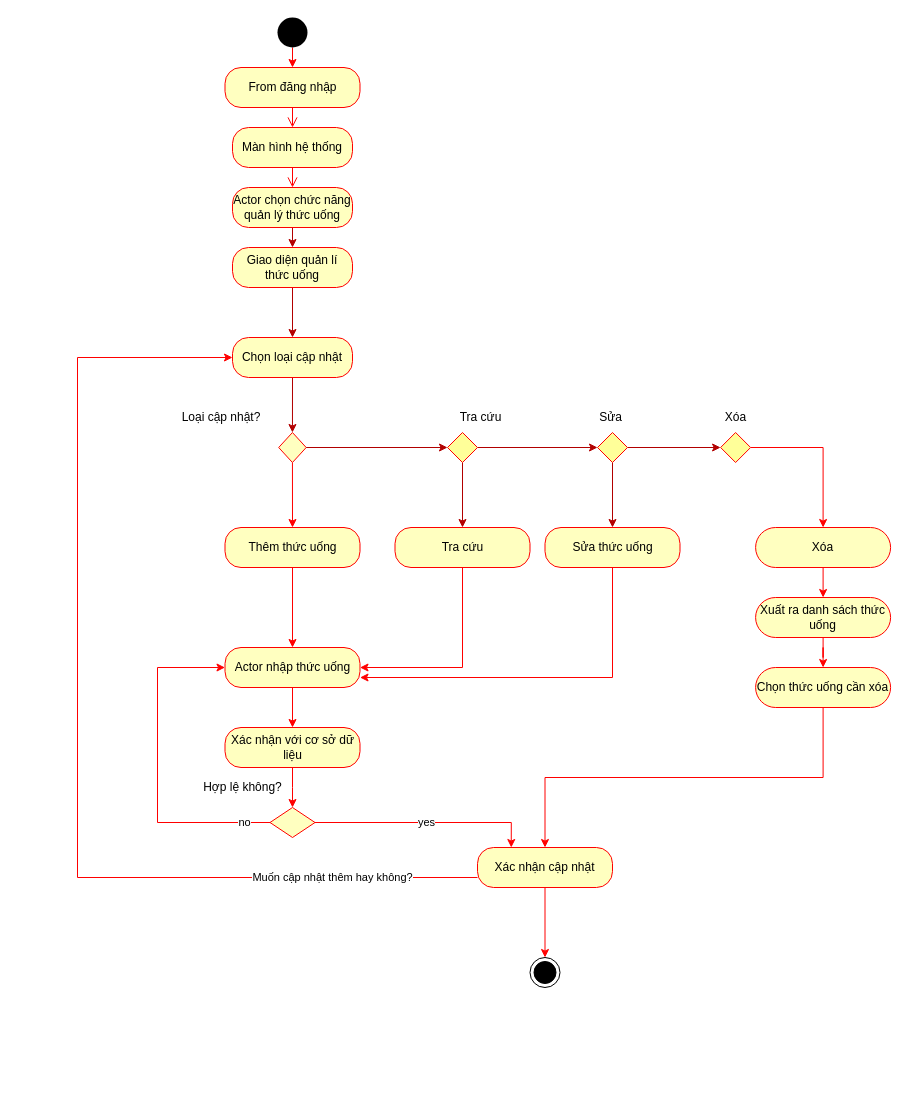
TruongNguyenYenNhi/PTTK-QL-b-n-h-ng keeps this draw.io diagram as Draw.io/activity/activity-quản lý thức uống.drawio. Above is the earlier version. Source tidied: cells renumbered, new cells numbered last; positions are measured from the earlier drawing's top-left corner, leaving out a move shared by most shapes. Both pictures are drawn from the tidied source at 100%, with x=0, y=0 at pixel (77, 17).
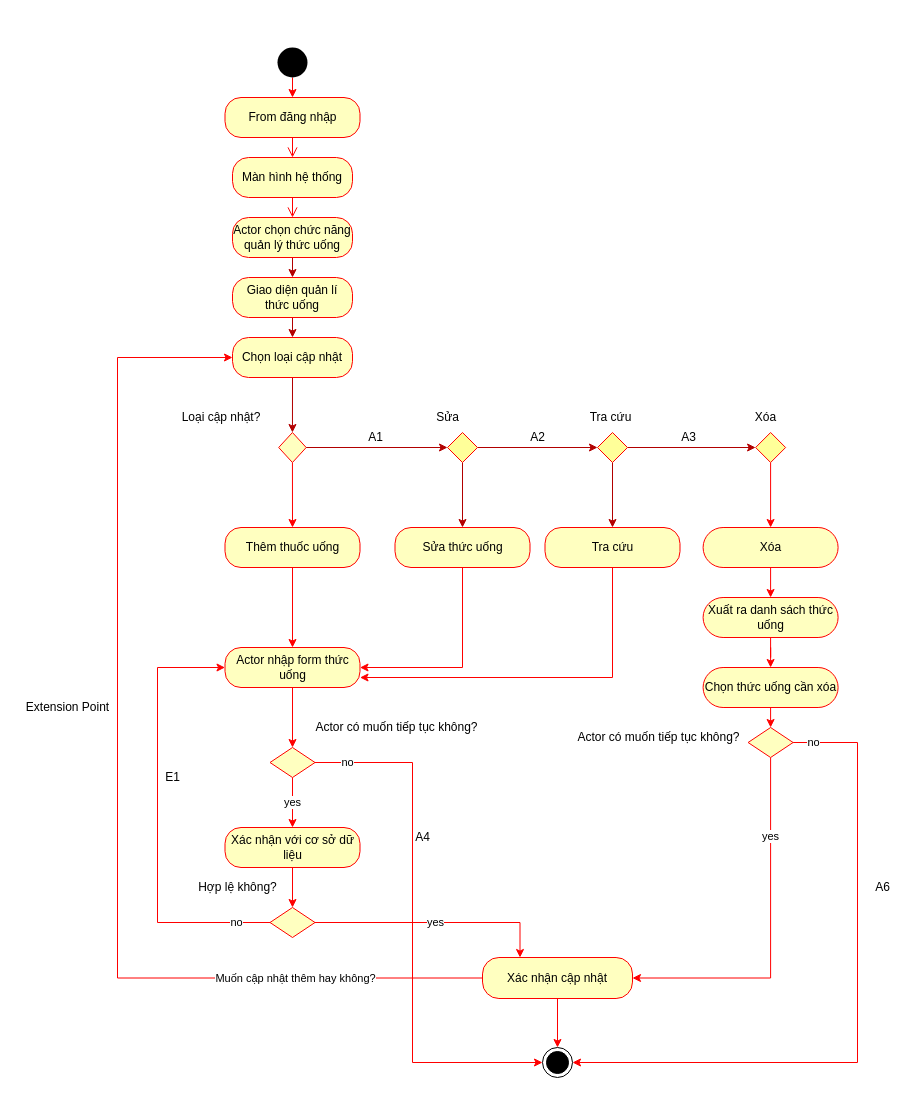
The same diagram, later.

The change refers to these unchanged cells:
```xml
<mxCell id="16" value="Chọn loại cập nhật" style="rounded=1;whiteSpace=wrap;html=1;arcSize=40;fontColor=#000000;fillColor=#ffffc0;strokeColor=#ff0000;" parent="1" vertex="1">
  <mxGeometry x="155" y="320" width="120" height="40" as="geometry" />
</mxCell>
<mxCell id="18" style="rhombus;whiteSpace=wrap;html=1;fillColor=#ffffc0;strokeColor=#ff0000;" parent="1" vertex="1">
  <mxGeometry x="201.2" y="415" width="27.5" height="30" as="geometry" />
</mxCell>
<mxCell id="23" style="rhombus;strokeColor=#FF0000;fillColor=#FFFF99;" parent="1" vertex="1">
  <mxGeometry x="370" y="415" width="30" height="30" as="geometry" />
</mxCell>
<mxCell id="26" style="rhombus;strokeColor=#FF0000;fillColor=#FFFF99;" parent="1" vertex="1">
  <mxGeometry x="520" y="415" width="30" height="30" as="geometry" />
</mxCell>
```

What changed in the source:
```diff
@@
-    <mxCell id="2" style="ellipse;html=1;shape=endState;fillColor=#000000;strokeColor=#000000;" parent="1" vertex="1">
-      <mxGeometry x="452.5" y="940" width="30" height="30" as="geometry" />
-    </mxCell>
-    <mxCell id="3" style="edgeStyle=none;rounded=0;jettySize=auto;html=1;exitX=0.5;exitY=1;exitDx=0;exitDy=0;entryX=0.5;entryY=0;entryDx=0;entryDy=0;strokeWidth=1;fillColor=#f0a30a;strokeColor=#FF0000;" parent="1" edge="1" source="4" target="5">
-      <mxGeometry relative="1" as="geometry" />
-    </mxCell>
-    <mxCell id="4" style="ellipse;fillColor=#000000;strokeColor=none;" parent="1" vertex="1">
-      <mxGeometry x="200" width="30" height="30" as="geometry" />
-    </mxCell>
+    <mxCell id="54" style="ellipse;html=1;shape=endState;fillColor=#000000;strokeColor=#000000;" parent="1" vertex="1">
+      <mxGeometry x="465" y="1030" width="30" height="30" as="geometry" />
+    </mxCell>
+    <mxCell id="55" style="edgeStyle=none;rounded=0;jettySize=auto;html=1;exitX=0.5;exitY=1;exitDx=0;exitDy=0;entryX=0.5;entryY=0;entryDx=0;entryDy=0;strokeWidth=1;fillColor=#f0a30a;strokeColor=#FF0000;" parent="1" edge="1" source="56" target="5">
+      <mxGeometry relative="1" as="geometry" />
+    </mxCell>
+    <mxCell id="56" style="ellipse;fillColor=#000000;strokeColor=none;" parent="1" vertex="1">
+      <mxGeometry x="200" y="30" width="30" height="30" as="geometry" />
+    </mxCell>
     <mxCell id="5" value="&lt;font style=&quot;font-size: 12px&quot;&gt;From đăng nhập&lt;/font&gt;" style="rounded=1;whiteSpace=wrap;html=1;arcSize=40;fontColor=#000000;fillColor=#ffffc0;strokeColor=#ff0000;" parent="1" vertex="1">
-      <mxGeometry x="147.5" y="50" width="135" height="40" as="geometry" />
+      <mxGeometry x="147.5" y="80" width="135" height="40" as="geometry" />
     </mxCell>
@@
     <mxCell id="7" value="Màn hình hệ thống" style="rounded=1;whiteSpace=wrap;html=1;arcSize=40;fontColor=#000000;fillColor=#ffffc0;strokeColor=#ff0000;" parent="1" vertex="1">
-      <mxGeometry x="155" y="110" width="120" height="40" as="geometry" />
+      <mxGeometry x="155" y="140" width="120" height="40" as="geometry" />
     </mxCell>
@@
     <mxCell id="10" value="Giao diện quản lí thức uống" style="rounded=1;whiteSpace=wrap;html=1;arcSize=40;fontColor=#000000;fillColor=#ffffc0;strokeColor=#ff0000;" parent="1" vertex="1">
-      <mxGeometry x="155" y="230" width="120" height="40" as="geometry" />
+      <mxGeometry x="155" y="260" width="120" height="40" as="geometry" />
     </mxCell>
-    <mxCell id="11" style="edgeStyle=none;rounded=0;jettySize=auto;html=1;exitX=0.5;exitY=1;exitDx=0;exitDy=0;strokeColor=#ff0000;" parent="1" edge="1" source="12">
-      <mxGeometry relative="1" as="geometry">
-        <mxPoint x="215" y="630" as="targetPoint" />
-      </mxGeometry>
-    </mxCell>
-    <mxCell id="12" value="Thêm thức uống" style="rounded=1;whiteSpace=wrap;html=1;arcSize=40;fontColor=#000000;fillColor=#ffffc0;strokeColor=#ff0000;" parent="1" vertex="1">
-      <mxGeometry x="147.5" y="510" width="135" height="40" as="geometry" />
-    </mxCell>
+    <mxCell id="57" style="edgeStyle=none;rounded=0;jettySize=auto;html=1;exitX=0.5;exitY=1;exitDx=0;exitDy=0;strokeColor=#ff0000;" parent="1" edge="1" source="58">
+      <mxGeometry relative="1" as="geometry">
+        <mxPoint x="215" y="630" as="targetPoint" />
+      </mxGeometry>
+    </mxCell>
+    <mxCell id="58" value="Thêm thuốc uống" style="rounded=1;whiteSpace=wrap;html=1;arcSize=40;fontColor=#000000;fillColor=#ffffc0;strokeColor=#ff0000;" parent="1" vertex="1">
+      <mxGeometry x="147.5" y="510" width="135" height="40" as="geometry" />
+    </mxCell>
@@
     <mxCell id="14" value="Actor chọn chức năng quản lý thức uống" style="rounded=1;whiteSpace=wrap;html=1;arcSize=40;fontColor=#000000;fillColor=#ffffc0;strokeColor=#ff0000;" parent="1" vertex="1">
-      <mxGeometry x="155" y="170" width="120" height="40" as="geometry" />
+      <mxGeometry x="155" y="200" width="120" height="40" as="geometry" />
     </mxCell>
@@
-    <mxCell id="17" style="edgeStyle=orthogonalEdgeStyle;rounded=0;jettySize=auto;html=1;exitX=0.5;exitY=1;exitDx=0;exitDy=0;entryX=0.5;entryY=0;entryDx=0;entryDy=0;strokeColor=#ff0000;" parent="1" edge="1" source="18" target="12">
-      <mxGeometry relative="1" as="geometry" />
-    </mxCell>
+    <mxCell id="59" style="edgeStyle=orthogonalEdgeStyle;rounded=0;jettySize=auto;html=1;exitX=0.5;exitY=1;exitDx=0;exitDy=0;entryX=0.5;entryY=0;entryDx=0;entryDy=0;strokeColor=#ff0000;" parent="1" edge="1" source="18" target="58">
+      <mxGeometry relative="1" as="geometry" />
+    </mxCell>
@@
-    <mxCell id="22" style="edgeStyle=none;rounded=0;jettySize=auto;html=1;entryX=0.5;entryY=0;entryDx=0;entryDy=0;fillColor=#e51400;strokeColor=#B20000;" parent="1" edge="1" source="23" target="34">
-      <mxGeometry relative="1" as="geometry" />
-    </mxCell>
+    <mxCell id="60" style="edgeStyle=none;rounded=0;jettySize=auto;html=1;entryX=0.5;entryY=0;entryDx=0;entryDy=0;fillColor=#e51400;strokeColor=#B20000;" parent="1" edge="1" source="23" target="36">
+      <mxGeometry relative="1" as="geometry" />
+    </mxCell>
@@
-    <mxCell id="24" style="edgeStyle=none;rounded=0;jettySize=auto;html=1;exitX=1;exitY=0.5;exitDx=0;exitDy=0;entryX=0;entryY=0.5;entryDx=0;entryDy=0;fillColor=#e51400;strokeColor=#B20000;" parent="1" edge="1" source="26" target="30">
-      <mxGeometry relative="1" as="geometry" />
-    </mxCell>
-    <mxCell id="25" style="edgeStyle=none;rounded=0;jettySize=auto;html=1;entryX=0.5;entryY=0;entryDx=0;entryDy=0;fillColor=#e51400;strokeColor=#B20000;" parent="1" edge="1" source="26" target="36">
-      <mxGeometry relative="1" as="geometry" />
-    </mxCell>
+    <mxCell id="61" style="edgeStyle=none;rounded=0;jettySize=auto;html=1;exitX=1;exitY=0.5;exitDx=0;exitDy=0;entryX=0;entryY=0.5;entryDx=0;entryDy=0;fillColor=#e51400;strokeColor=#B20000;" parent="1" edge="1" source="26" target="64">
+      <mxGeometry relative="1" as="geometry" />
+    </mxCell>
+    <mxCell id="62" style="edgeStyle=none;rounded=0;jettySize=auto;html=1;entryX=0.5;entryY=0;entryDx=0;entryDy=0;fillColor=#e51400;strokeColor=#B20000;" parent="1" edge="1" source="26" target="34">
+      <mxGeometry relative="1" as="geometry" />
+    </mxCell>
@@
+    <mxCell id="28" value="Sửa" style="text;html=1;align=center;verticalAlign=middle;" parent="1" vertex="1">
+      <mxGeometry x="350" y="390" width="40" height="20" as="geometry" />
+    </mxCell>
     <mxCell id="27" value="Tra cứu" style="text;html=1;align=center;verticalAlign=middle;" parent="1" vertex="1">
-      <mxGeometry x="373.1" y="390" width="60" height="20" as="geometry" />
+      <mxGeometry x="503.1" y="390" width="60" height="20" as="geometry" />
     </mxCell>
-    <mxCell id="28" value="Sửa" style="text;html=1;align=center;verticalAlign=middle;" parent="1" vertex="1">
-      <mxGeometry x="513.1" y="390" width="40" height="20" as="geometry" />
-    </mxCell>
-    <mxCell id="29" style="edgeStyle=orthogonalEdgeStyle;rounded=0;jettySize=auto;html=1;exitX=1;exitY=0.5;exitDx=0;exitDy=0;entryX=0.5;entryY=0;entryDx=0;entryDy=0;strokeColor=#ff0000;" parent="1" edge="1" source="30" target="38">
-      <mxGeometry relative="1" as="geometry" />
-    </mxCell>
-    <mxCell id="30" style="rhombus;strokeColor=#FF0000;fillColor=#FFFF99;" parent="1" vertex="1">
-      <mxGeometry x="643.1" y="415" width="30" height="30" as="geometry" />
-    </mxCell>
+    <mxCell id="63" style="edgeStyle=orthogonalEdgeStyle;rounded=0;jettySize=auto;html=1;exitX=0.5;exitY=1;exitDx=0;exitDy=0;entryX=0.5;entryY=0;entryDx=0;entryDy=0;strokeColor=#ff0000;" parent="1" edge="1" source="64" target="38">
+      <mxGeometry relative="1" as="geometry" />
+    </mxCell>
+    <mxCell id="64" style="rhombus;strokeColor=#FF0000;fillColor=#FFFF99;" parent="1" vertex="1">
+      <mxGeometry x="678.1" y="415" width="30" height="30" as="geometry" />
+    </mxCell>
     <mxCell id="31" value="Xóa" style="text;html=1;align=center;verticalAlign=middle;" parent="1" vertex="1">
-      <mxGeometry x="638.1" y="390" width="40" height="20" as="geometry" />
+      <mxGeometry x="668.1" y="390" width="40" height="20" as="geometry" />
     </mxCell>
-    <mxCell id="32" style="edgeStyle=orthogonalEdgeStyle;rounded=0;orthogonalLoop=1;jettySize=auto;html=1;exitX=0.5;exitY=1;exitDx=0;exitDy=0;" parent="1" edge="1">
-      <mxGeometry relative="1" as="geometry">
-        <mxPoint x="248.1" y="550" as="sourcePoint" />
-        <mxPoint x="248.1" y="550" as="targetPoint" />
-      </mxGeometry>
-    </mxCell>
-    <mxCell id="33" style="edgeStyle=orthogonalEdgeStyle;rounded=0;jettySize=auto;html=1;exitX=0.5;exitY=1;exitDx=0;exitDy=0;entryX=1;entryY=0.5;entryDx=0;entryDy=0;strokeColor=#ff0000;" parent="1" edge="1" source="34" target="40">
-      <mxGeometry relative="1" as="geometry" />
-    </mxCell>
+    <mxCell id="65" style="edgeStyle=orthogonalEdgeStyle;rounded=0;orthogonalLoop=1;jettySize=auto;html=1;exitX=0.5;exitY=1;exitDx=0;exitDy=0;" parent="1" edge="1">
+      <mxGeometry relative="1" as="geometry">
+        <mxPoint x="248.1" y="550" as="sourcePoint" />
+        <mxPoint x="248.1" y="550" as="targetPoint" />
+      </mxGeometry>
+    </mxCell>
+    <mxCell id="66" style="edgeStyle=orthogonalEdgeStyle;rounded=0;jettySize=auto;html=1;exitX=0.5;exitY=1;exitDx=0;exitDy=0;entryX=1;entryY=0.5;entryDx=0;entryDy=0;strokeColor=#ff0000;" parent="1" edge="1" source="36" target="69">
+      <mxGeometry relative="1" as="geometry" />
+    </mxCell>
+    <mxCell id="36" value="Sửa thức uống" style="rounded=1;whiteSpace=wrap;html=1;arcSize=40;fontColor=#000000;fillColor=#ffffc0;strokeColor=#ff0000;" parent="1" vertex="1">
+      <mxGeometry x="317.5" y="510" width="135" height="40" as="geometry" />
+    </mxCell>
+    <mxCell id="67" style="edgeStyle=orthogonalEdgeStyle;rounded=0;jettySize=auto;html=1;exitX=0.5;exitY=1;exitDx=0;exitDy=0;entryX=1;entryY=0.75;entryDx=0;entryDy=0;strokeColor=#FF0000;" parent="1" edge="1" source="34" target="69">
+      <mxGeometry relative="1" as="geometry" />
+    </mxCell>
     <mxCell id="34" value="Tra cứu" style="rounded=1;whiteSpace=wrap;html=1;arcSize=40;fontColor=#000000;fillColor=#ffffc0;strokeColor=#ff0000;" parent="1" vertex="1">
-      <mxGeometry x="317.5" y="510" width="135" height="40" as="geometry" />
+      <mxGeometry x="467.5" y="510" width="135" height="40" as="geometry" />
     </mxCell>
-    <mxCell id="35" style="edgeStyle=orthogonalEdgeStyle;rounded=0;jettySize=auto;html=1;exitX=0.5;exitY=1;exitDx=0;exitDy=0;entryX=1;entryY=0.75;entryDx=0;entryDy=0;strokeColor=#ff0000;" parent="1" edge="1" source="36" target="40">
-      <mxGeometry relative="1" as="geometry" />
-    </mxCell>
-    <mxCell id="36" value="Sửa thức uống" style="rounded=1;whiteSpace=wrap;html=1;arcSize=40;fontColor=#000000;fillColor=#ffffc0;strokeColor=#ff0000;" parent="1" vertex="1">
-      <mxGeometry x="467.5" y="510" width="135" height="40" as="geometry" />
-    </mxCell>
@@
     <mxCell id="38" value="Xóa" style="rounded=1;whiteSpace=wrap;html=1;arcSize=50;fontColor=#000000;fillColor=#ffffc0;strokeColor=#ff0000;" parent="1" vertex="1">
-      <mxGeometry x="678.1" y="510" width="135" height="40" as="geometry" />
+      <mxGeometry x="625.6" y="510" width="135" height="40" as="geometry" />
     </mxCell>
-    <mxCell id="39" style="edgeStyle=orthogonalEdgeStyle;rounded=0;jettySize=auto;html=1;exitX=0.5;exitY=1;exitDx=0;exitDy=0;entryX=0.5;entryY=0;entryDx=0;entryDy=0;strokeColor=#ff0000;" parent="1" edge="1" source="40" target="42">
-      <mxGeometry relative="1" as="geometry" />
-    </mxCell>
-    <mxCell id="40" value="Actor nhập thức uống" style="rounded=1;whiteSpace=wrap;html=1;arcSize=40;fontColor=#000000;fillColor=#ffffc0;strokeColor=#ff0000;" parent="1" vertex="1">
-      <mxGeometry x="147.5" y="630" width="135" height="40" as="geometry" />
-    </mxCell>
-    <mxCell id="41" style="edgeStyle=orthogonalEdgeStyle;rounded=0;jettySize=auto;html=1;exitX=0.5;exitY=1;exitDx=0;exitDy=0;strokeColor=#ff0000;" parent="1" edge="1" source="42">
-      <mxGeometry relative="1" as="geometry">
-        <mxPoint x="215" y="790" as="targetPoint" />
-      </mxGeometry>
-    </mxCell>
+    <mxCell id="68" style="edgeStyle=orthogonalEdgeStyle;rounded=0;jettySize=auto;html=1;exitX=0.5;exitY=1;exitDx=0;exitDy=0;entryX=0.5;entryY=0;entryDx=0;entryDy=0;strokeColor=#FF0000;" parent="1" edge="1" source="69" target="76">
+      <mxGeometry relative="1" as="geometry" />
+    </mxCell>
+    <mxCell id="69" value="Actor nhập form thức uống" style="rounded=1;whiteSpace=wrap;html=1;arcSize=40;fontColor=#000000;fillColor=#ffffc0;strokeColor=#ff0000;" parent="1" vertex="1">
+      <mxGeometry x="147.5" y="630" width="135" height="40" as="geometry" />
+    </mxCell>
+    <mxCell id="70" style="edgeStyle=orthogonalEdgeStyle;rounded=0;jettySize=auto;html=1;exitX=0.5;exitY=1;exitDx=0;exitDy=0;strokeColor=#ff0000;entryX=0.5;entryY=0;entryDx=0;entryDy=0;" parent="1" edge="1" source="42" target="71">
+      <mxGeometry relative="1" as="geometry" />
+    </mxCell>
     <mxCell id="42" value="Xác nhận với cơ sở dữ liệu" style="rounded=1;whiteSpace=wrap;html=1;arcSize=40;fontColor=#000000;fillColor=#ffffc0;strokeColor=#ff0000;" parent="1" vertex="1">
-      <mxGeometry x="147.5" y="710" width="135" height="40" as="geometry" />
+      <mxGeometry x="147.5" y="810" width="135" height="40" as="geometry" />
     </mxCell>
-    <mxCell id="43" value="yes" style="edgeStyle=orthogonalEdgeStyle;rounded=0;jettySize=auto;html=1;exitX=1;exitY=0.5;exitDx=0;exitDy=0;strokeColor=#ff0000;entryX=0.25;entryY=0;entryDx=0;entryDy=0;" parent="1" edge="1" source="45" target="48">
-      <mxGeometry relative="1" as="geometry" />
+    <mxCell id="43" value="yes" style="edgeStyle=orthogonalEdgeStyle;rounded=0;jettySize=auto;html=1;exitX=1;exitY=0.5;exitDx=0;exitDy=0;strokeColor=#ff0000;entryX=0.25;entryY=0;entryDx=0;entryDy=0;" parent="1" edge="1" source="71" target="48">
+      <mxGeometry relative="1" as="geometry">
+        <Array as="points">
+          <mxPoint x="443" y="905" />
+        </Array>
+      </mxGeometry>
     </mxCell>
-    <mxCell id="44" value="no" style="edgeStyle=orthogonalEdgeStyle;rounded=0;jettySize=auto;html=1;exitX=0;exitY=0.5;exitDx=0;exitDy=0;entryX=0;entryY=0.5;entryDx=0;entryDy=0;strokeColor=#ff0000;" parent="1" edge="1" source="45" target="40">
+    <mxCell id="44" value="no" style="edgeStyle=orthogonalEdgeStyle;rounded=0;jettySize=auto;html=1;exitX=0;exitY=0.5;exitDx=0;exitDy=0;entryX=0;entryY=0.5;entryDx=0;entryDy=0;strokeColor=#ff0000;" parent="1" edge="1" source="71" target="69">
       <mxGeometry x="-0.84" relative="1" as="geometry">
         <Array as="points">
-          <mxPoint x="80" y="805" />
+          <mxPoint x="80" y="905" />
           <mxPoint x="80" y="650" />
         </Array>
         <mxPoint x="1" as="offset" />
       </mxGeometry>
     </mxCell>
-    <mxCell id="45" style="rhombus;whiteSpace=wrap;html=1;fillColor=#ffffc0;strokeColor=#ff0000;" parent="1" vertex="1">
-      <mxGeometry x="192.5" y="790" width="45" height="30" as="geometry" />
-    </mxCell>
+    <mxCell id="71" style="rhombus;whiteSpace=wrap;html=1;fillColor=#ffffc0;strokeColor=#ff0000;" parent="1" vertex="1">
+      <mxGeometry x="192.5" y="890" width="45" height="30" as="geometry" />
+    </mxCell>
     <mxCell id="46" value="Hợp lệ không?" style="text;html=1;align=center;verticalAlign=middle;" parent="1" vertex="1">
-      <mxGeometry x="120" y="760" width="90" height="20" as="geometry" />
+      <mxGeometry x="115" y="860" width="90" height="20" as="geometry" />
     </mxCell>
-    <mxCell id="47" style="edgeStyle=orthogonalEdgeStyle;rounded=0;jettySize=auto;html=1;exitX=0.5;exitY=1;exitDx=0;exitDy=0;strokeColor=#FF0000;" parent="1" edge="1" source="48" target="2">
-      <mxGeometry relative="1" as="geometry" />
-    </mxCell>
+    <mxCell id="72" style="edgeStyle=orthogonalEdgeStyle;rounded=0;jettySize=auto;html=1;exitX=0.5;exitY=1;exitDx=0;exitDy=0;strokeColor=#FF0000;entryX=0.5;entryY=0;entryDx=0;entryDy=0;" parent="1" edge="1" source="48" target="54">
+      <mxGeometry relative="1" as="geometry" />
+    </mxCell>
     <mxCell id="48" value="Xác nhận cập nhật" style="rounded=1;whiteSpace=wrap;html=1;arcSize=40;fontColor=#000000;fillColor=#ffffc0;strokeColor=#ff0000;" parent="1" vertex="1">
-      <mxGeometry x="400" y="830" width="135" height="40" as="geometry" />
+      <mxGeometry x="405" y="940" width="150" height="41" as="geometry" />
     </mxCell>
@@
     <mxCell id="50" value="Xuất ra danh sách thức uống" style="rounded=1;whiteSpace=wrap;html=1;arcSize=50;fontColor=#000000;fillColor=#ffffc0;strokeColor=#ff0000;" parent="1" vertex="1">
-      <mxGeometry x="678.1" y="580" width="135" height="40" as="geometry" />
+      <mxGeometry x="625.6" y="580" width="135" height="40" as="geometry" />
     </mxCell>
-    <mxCell id="51" style="edgeStyle=orthogonalEdgeStyle;rounded=0;jettySize=auto;html=1;exitX=0.5;exitY=1;exitDx=0;exitDy=0;strokeColor=#ff0000;" parent="1" edge="1" source="52" target="48">
-      <mxGeometry relative="1" as="geometry" />
-    </mxCell>
+    <mxCell id="73" style="edgeStyle=orthogonalEdgeStyle;rounded=0;jettySize=auto;html=1;exitX=0.5;exitY=1;exitDx=0;exitDy=0;strokeColor=#FF0000;entryX=0.5;entryY=0;entryDx=0;entryDy=0;" parent="1" edge="1" source="52" target="79">
+      <mxGeometry relative="1" as="geometry" />
+    </mxCell>
     <mxCell id="52" value="&lt;span style=&quot;font-weight: 400&quot;&gt;Chọn thức uống cần xóa&lt;/span&gt;" style="rounded=1;whiteSpace=wrap;html=1;arcSize=50;fontColor=#000000;fillColor=#ffffc0;strokeColor=#ff0000;fontStyle=1;" parent="1" vertex="1">
-      <mxGeometry x="678.1" y="650" width="135" height="40" as="geometry" />
+      <mxGeometry x="625.6" y="650" width="135" height="40" as="geometry" />
     </mxCell>
-    <mxCell id="53" value="Muốn cập nhật thêm hay không?" style="edgeStyle=orthogonalEdgeStyle;rounded=0;jettySize=auto;html=1;entryX=0;entryY=0.5;entryDx=0;entryDy=0;strokeColor=#ff0000;" parent="1" edge="1" target="16">
-      <mxGeometry x="-0.73" relative="1" as="geometry">
-        <mxPoint x="400" y="860" as="sourcePoint" />
+    <mxCell id="53" value="Muốn cập nhật thêm hay không?" style="edgeStyle=orthogonalEdgeStyle;rounded=0;jettySize=auto;html=1;entryX=0;entryY=0.5;entryDx=0;entryDy=0;strokeColor=#ff0000;exitX=0;exitY=0.5;exitDx=0;exitDy=0;" parent="1" edge="1" source="48" target="16">
+      <mxGeometry x="-0.66" relative="1" as="geometry">
         <Array as="points">
-          <mxPoint x="400" y="860" />
-          <mxPoint y="860" />
-          <mxPoint y="340" />
+          <mxPoint x="40" y="961" />
+          <mxPoint x="40" y="340" />
         </Array>
       </mxGeometry>
     </mxCell>
+    <mxCell id="74" value="yes" style="edgeStyle=orthogonalEdgeStyle;rounded=0;jettySize=auto;html=1;exitX=0.5;exitY=1;exitDx=0;exitDy=0;strokeColor=#FF0000;" parent="1" edge="1" source="76" target="42">
+      <mxGeometry relative="1" as="geometry" />
+    </mxCell>
+    <mxCell id="75" value="no" style="edgeStyle=orthogonalEdgeStyle;rounded=0;jettySize=auto;html=1;exitX=1;exitY=0.5;exitDx=0;exitDy=0;entryX=0;entryY=0.5;entryDx=0;entryDy=0;strokeColor=#FF0000;" parent="1" edge="1" source="76" target="54">
+      <mxGeometry x="-0.88" relative="1" as="geometry">
+        <Array as="points">
+          <mxPoint x="335" y="745" />
+          <mxPoint x="335" y="1045" />
+        </Array>
+      </mxGeometry>
+    </mxCell>
+    <mxCell id="76" style="rhombus;whiteSpace=wrap;html=1;fillColor=#ffffc0;strokeColor=#ff0000;" parent="1" vertex="1">
+      <mxGeometry x="192.5" y="730" width="45" height="30" as="geometry" />
+    </mxCell>
+    <mxCell id="77" value="no" style="edgeStyle=orthogonalEdgeStyle;rounded=0;jettySize=auto;html=1;strokeColor=#FF0000;" parent="1" edge="1" source="79">
+      <mxGeometry x="-0.94" relative="1" as="geometry">
+        <mxPoint x="495" y="1045" as="targetPoint" />
+        <Array as="points">
+          <mxPoint x="780" y="725" />
+          <mxPoint x="780" y="1045" />
+        </Array>
+      </mxGeometry>
+    </mxCell>
+    <mxCell id="78" value="yes" style="edgeStyle=orthogonalEdgeStyle;rounded=0;jettySize=auto;html=1;exitX=0.5;exitY=1;exitDx=0;exitDy=0;entryX=1;entryY=0.5;entryDx=0;entryDy=0;strokeColor=#FF0000;" parent="1" edge="1" source="79" target="48">
+      <mxGeometry x="-0.56" relative="1" as="geometry" />
+    </mxCell>
+    <mxCell id="79" style="rhombus;whiteSpace=wrap;html=1;fillColor=#ffffc0;strokeColor=#ff0000;" parent="1" vertex="1">
+      <mxGeometry x="670.6" y="710" width="45" height="30" as="geometry" />
+    </mxCell>
+    <mxCell id="80" value="A1" style="text;html=1;align=center;verticalAlign=middle;" parent="1" vertex="1">
+      <mxGeometry x="282.5" y="410" width="30" height="20" as="geometry" />
+    </mxCell>
+    <mxCell id="81" value="A2" style="text;html=1;align=center;verticalAlign=middle;" parent="1" vertex="1">
+      <mxGeometry x="445" y="410" width="30" height="20" as="geometry" />
+    </mxCell>
+    <mxCell id="82" value="A3" style="text;html=1;align=center;verticalAlign=middle;" parent="1" vertex="1">
+      <mxGeometry x="595.6" y="410" width="30" height="20" as="geometry" />
+    </mxCell>
+    <mxCell id="83" value="A4" style="text;html=1;align=center;verticalAlign=middle;" parent="1" vertex="1">
+      <mxGeometry x="330" y="810" width="30" height="20" as="geometry" />
+    </mxCell>
+    <mxCell id="84" value="A6" style="text;html=1;align=center;verticalAlign=middle;" parent="1" vertex="1">
+      <mxGeometry x="790" y="860" width="30" height="20" as="geometry" />
+    </mxCell>
+    <mxCell id="85" value="E1" style="text;html=1;align=center;verticalAlign=middle;" parent="1" vertex="1">
+      <mxGeometry x="80" y="750" width="30" height="20" as="geometry" />
+    </mxCell>
+    <mxCell id="86" value="Extension Point" style="text;html=1;align=center;verticalAlign=middle;" parent="1" vertex="1">
+      <mxGeometry x="-60" y="680" width="100" height="20" as="geometry" />
+    </mxCell>
+    <mxCell id="87" value="Actor có muốn tiếp tục không?" style="text;html=1;align=center;verticalAlign=middle;" parent="1" vertex="1">
+      <mxGeometry x="228.8" y="700" width="180" height="20" as="geometry" />
+    </mxCell>
+    <mxCell id="88" value="Actor có muốn tiếp tục không?" style="text;html=1;align=center;verticalAlign=middle;" parent="1" vertex="1">
+      <mxGeometry x="490.6" y="710" width="180" height="20" as="geometry" />
+    </mxCell>
```
